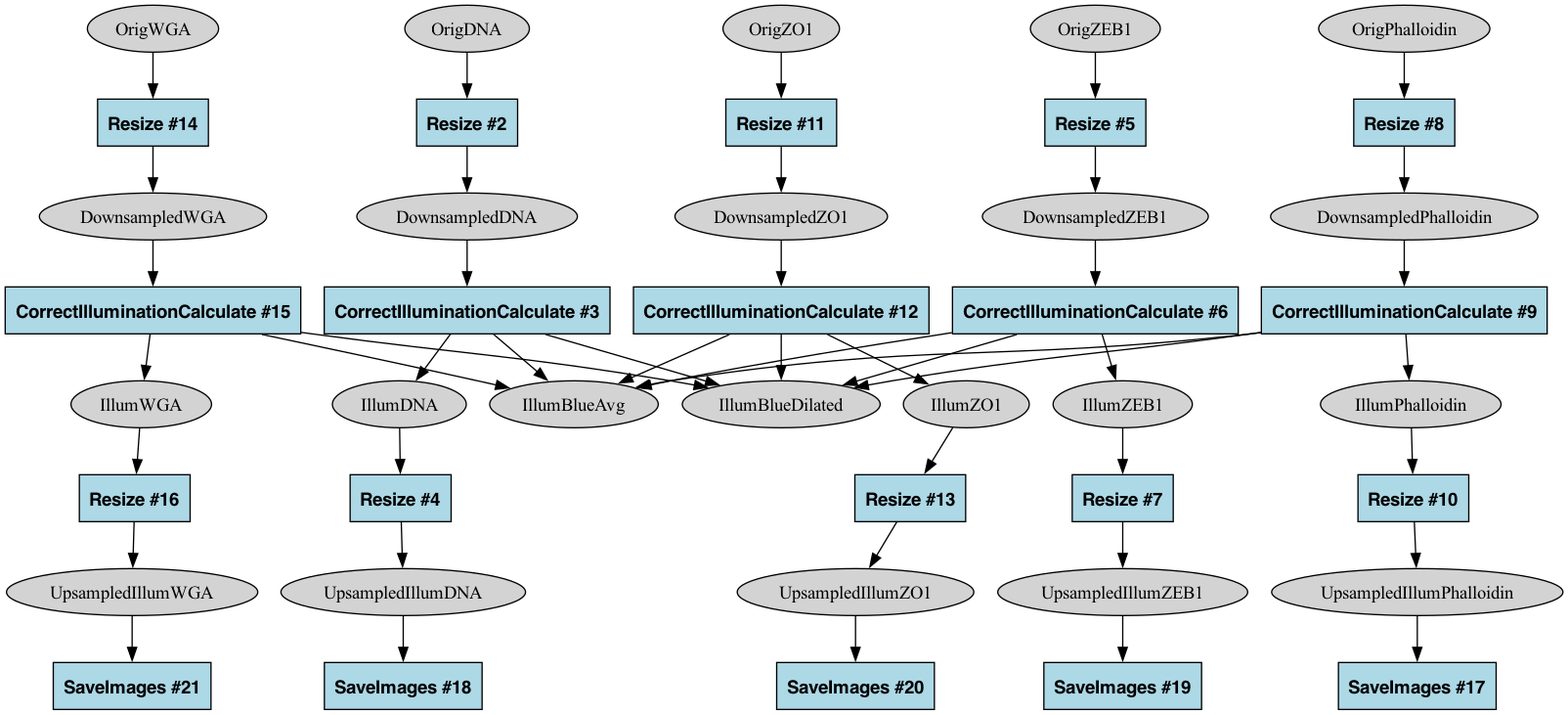
Above: 1_CP_Illum_graph.png in shntnu/cp_graph (Graphviz), before the change. Its source is kept beside it as 1_CP_Illum_graph.dot.
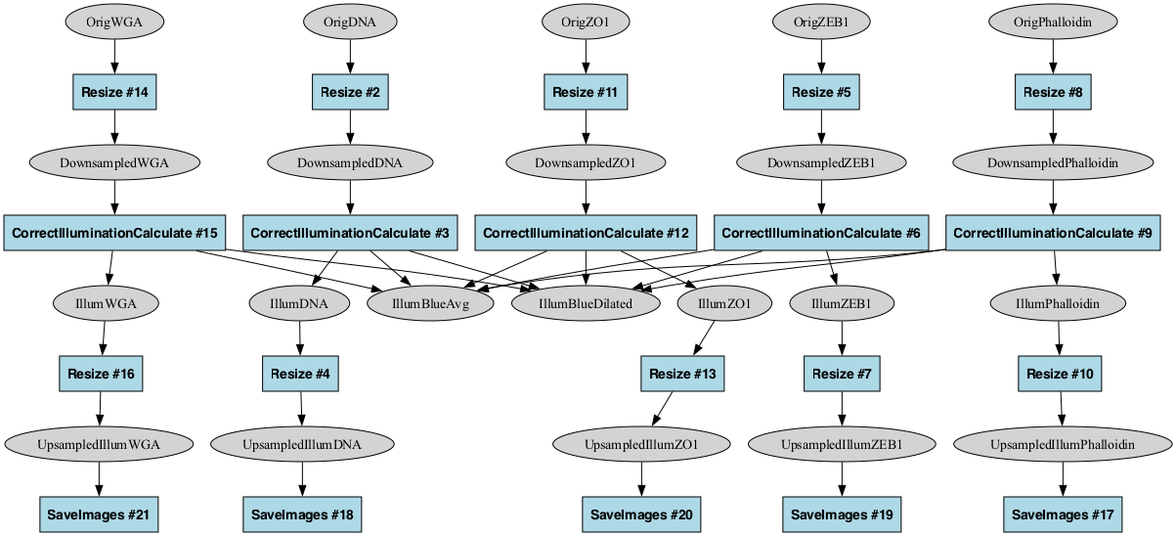
Above is the later version.

Diff of the diagram source:
```diff
@@ -1,24 +1,24 @@
 strict digraph {
-CorrectIlluminationCalculate_2303f61d [type=module, label="CorrectIlluminationCalculate #3", module_name=CorrectIlluminationCalculate, module_num=3, original_num=3, stable_id="CorrectIlluminationCalculate_2303f61d", enabled=True, shape=box, style=filled, fillcolor=lightblue, fontname="Helvetica-Bold"];
-CorrectIlluminationCalculate_314218d2 [type=module, label="CorrectIlluminationCalculate #15", module_name=CorrectIlluminationCalculate, module_num=15, original_num=15, stable_id="CorrectIlluminationCalculate_314218d2", enabled=True, shape=box, style=filled, fillcolor=lightblue, fontname="Helvetica-Bold"];
-CorrectIlluminationCalculate_33645561 [type=module, label="CorrectIlluminationCalculate #12", module_name=CorrectIlluminationCalculate, module_num=12, original_num=12, stable_id="CorrectIlluminationCalculate_33645561", enabled=True, shape=box, style=filled, fillcolor=lightblue, fontname="Helvetica-Bold"];
-CorrectIlluminationCalculate_3ad95d5d [type=module, label="CorrectIlluminationCalculate #9", module_name=CorrectIlluminationCalculate, module_num=9, original_num=9, stable_id="CorrectIlluminationCalculate_3ad95d5d", enabled=True, shape=box, style=filled, fillcolor=lightblue, fontname="Helvetica-Bold"];
-CorrectIlluminationCalculate_d40ad559 [type=module, label="CorrectIlluminationCalculate #6", module_name=CorrectIlluminationCalculate, module_num=6, original_num=6, stable_id="CorrectIlluminationCalculate_d40ad559", enabled=True, shape=box, style=filled, fillcolor=lightblue, fontname="Helvetica-Bold"];
-Resize_30301b68 [type=module, label="Resize #14", module_name=Resize, module_num=14, original_num=14, stable_id="Resize_30301b68", enabled=True, shape=box, style=filled, fillcolor=lightblue, fontname="Helvetica-Bold"];
-Resize_322c8194 [type=module, label="Resize #11", module_name=Resize, module_num=11, original_num=11, stable_id="Resize_322c8194", enabled=True, shape=box, style=filled, fillcolor=lightblue, fontname="Helvetica-Bold"];
-Resize_5d0085ed [type=module, label="Resize #10", module_name=Resize, module_num=10, original_num=10, stable_id="Resize_5d0085ed", enabled=True, shape=box, style=filled, fillcolor=lightblue, fontname="Helvetica-Bold"];
-Resize_87210cfa [type=module, label="Resize #7", module_name=Resize, module_num=7, original_num=7, stable_id="Resize_87210cfa", enabled=True, shape=box, style=filled, fillcolor=lightblue, fontname="Helvetica-Bold"];
-Resize_8e2a42f3 [type=module, label="Resize #13", module_name=Resize, module_num=13, original_num=13, stable_id="Resize_8e2a42f3", enabled=True, shape=box, style=filled, fillcolor=lightblue, fontname="Helvetica-Bold"];
-Resize_b51ed138 [type=module, label="Resize #2", module_name=Resize, module_num=2, original_num=2, stable_id="Resize_b51ed138", enabled=True, shape=box, style=filled, fillcolor=lightblue, fontname="Helvetica-Bold"];
-Resize_be565ce7 [type=module, label="Resize #8", module_name=Resize, module_num=8, original_num=8, stable_id="Resize_be565ce7", enabled=True, shape=box, style=filled, fillcolor=lightblue, fontname="Helvetica-Bold"];
-Resize_d2bf2f25 [type=module, label="Resize #5", module_name=Resize, module_num=5, original_num=5, stable_id="Resize_d2bf2f25", enabled=True, shape=box, style=filled, fillcolor=lightblue, fontname="Helvetica-Bold"];
-Resize_e8233dac [type=module, label="Resize #4", module_name=Resize, module_num=4, original_num=4, stable_id="Resize_e8233dac", enabled=True, shape=box, style=filled, fillcolor=lightblue, fontname="Helvetica-Bold"];
-Resize_f747ca96 [type=module, label="Resize #16", module_name=Resize, module_num=16, original_num=16, stable_id="Resize_f747ca96", enabled=True, shape=box, style=filled, fillcolor=lightblue, fontname="Helvetica-Bold"];
-SaveImages_160ec5da [type=module, label="SaveImages #21", module_name=SaveImages, module_num=21, original_num=21, stable_id="SaveImages_160ec5da", enabled=True, shape=box, style=filled, fillcolor=lightblue, fontname="Helvetica-Bold"];
-SaveImages_1f743eb0 [type=module, label="SaveImages #19", module_name=SaveImages, module_num=19, original_num=19, stable_id="SaveImages_1f743eb0", enabled=True, shape=box, style=filled, fillcolor=lightblue, fontname="Helvetica-Bold"];
-SaveImages_5dbd21e4 [type=module, label="SaveImages #18", module_name=SaveImages, module_num=18, original_num=18, stable_id="SaveImages_5dbd21e4", enabled=True, shape=box, style=filled, fillcolor=lightblue, fontname="Helvetica-Bold"];
-SaveImages_5f183270 [type=module, label="SaveImages #17", module_name=SaveImages, module_num=17, original_num=17, stable_id="SaveImages_5f183270", enabled=True, shape=box, style=filled, fillcolor=lightblue, fontname="Helvetica-Bold"];
-SaveImages_c8dbc64f [type=module, label="SaveImages #20", module_name=SaveImages, module_num=20, original_num=20, stable_id="SaveImages_c8dbc64f", enabled=True, shape=box, style=filled, fillcolor=lightblue, fontname="Helvetica-Bold"];
+CorrectIlluminationCalculate_2a123c0b [type=module, label="CorrectIlluminationCalculate #15", module_name=CorrectIlluminationCalculate, module_num=15, original_num=15, stable_id="CorrectIlluminationCalculate_2a123c0b", enabled=True, shape=box, style=filled, fillcolor=lightblue, fontname="Helvetica-Bold"];
+CorrectIlluminationCalculate_3111784e [type=module, label="CorrectIlluminationCalculate #12", module_name=CorrectIlluminationCalculate, module_num=12, original_num=12, stable_id="CorrectIlluminationCalculate_3111784e", enabled=True, shape=box, style=filled, fillcolor=lightblue, fontname="Helvetica-Bold"];
+CorrectIlluminationCalculate_414501a9 [type=module, label="CorrectIlluminationCalculate #6", module_name=CorrectIlluminationCalculate, module_num=6, original_num=6, stable_id="CorrectIlluminationCalculate_414501a9", enabled=True, shape=box, style=filled, fillcolor=lightblue, fontname="Helvetica-Bold"];
+CorrectIlluminationCalculate_b21e4572 [type=module, label="CorrectIlluminationCalculate #9", module_name=CorrectIlluminationCalculate, module_num=9, original_num=9, stable_id="CorrectIlluminationCalculate_b21e4572", enabled=True, shape=box, style=filled, fillcolor=lightblue, fontname="Helvetica-Bold"];
+CorrectIlluminationCalculate_be949e55 [type=module, label="CorrectIlluminationCalculate #3", module_name=CorrectIlluminationCalculate, module_num=3, original_num=3, stable_id="CorrectIlluminationCalculate_be949e55", enabled=True, shape=box, style=filled, fillcolor=lightblue, fontname="Helvetica-Bold"];
+Resize_1d30768 [type=module, label="Resize #5", module_name=Resize, module_num=5, original_num=5, stable_id="Resize_1d30768", enabled=True, shape=box, style=filled, fillcolor=lightblue, fontname="Helvetica-Bold"];
+Resize_40df005a [type=module, label="Resize #16", module_name=Resize, module_num=16, original_num=16, stable_id="Resize_40df005a", enabled=True, shape=box, style=filled, fillcolor=lightblue, fontname="Helvetica-Bold"];
+Resize_4d6af3ab [type=module, label="Resize #11", module_name=Resize, module_num=11, original_num=11, stable_id="Resize_4d6af3ab", enabled=True, shape=box, style=filled, fillcolor=lightblue, fontname="Helvetica-Bold"];
+Resize_56cab76c [type=module, label="Resize #4", module_name=Resize, module_num=4, original_num=4, stable_id="Resize_56cab76c", enabled=True, shape=box, style=filled, fillcolor=lightblue, fontname="Helvetica-Bold"];
+Resize_63af542e [type=module, label="Resize #8", module_name=Resize, module_num=8, original_num=8, stable_id="Resize_63af542e", enabled=True, shape=box, style=filled, fillcolor=lightblue, fontname="Helvetica-Bold"];
+Resize_7b935190 [type=module, label="Resize #7", module_name=Resize, module_num=7, original_num=7, stable_id="Resize_7b935190", enabled=True, shape=box, style=filled, fillcolor=lightblue, fontname="Helvetica-Bold"];
+Resize_93a7b821 [type=module, label="Resize #14", module_name=Resize, module_num=14, original_num=14, stable_id="Resize_93a7b821", enabled=True, shape=box, style=filled, fillcolor=lightblue, fontname="Helvetica-Bold"];
+Resize_b66fb2d4 [type=module, label="Resize #2", module_name=Resize, module_num=2, original_num=2, stable_id="Resize_b66fb2d4", enabled=True, shape=box, style=filled, fillcolor=lightblue, fontname="Helvetica-Bold"];
+Resize_c3ab99d2 [type=module, label="Resize #13", module_name=Resize, module_num=13, original_num=13, stable_id="Resize_c3ab99d2", enabled=True, shape=box, style=filled, fillcolor=lightblue, fontname="Helvetica-Bold"];
+Resize_fba40d6f [type=module, label="Resize #10", module_name=Resize, module_num=10, original_num=10, stable_id="Resize_fba40d6f", enabled=True, shape=box, style=filled, fillcolor=lightblue, fontname="Helvetica-Bold"];
+SaveImages_85d00835 [type=module, label="SaveImages #20", module_name=SaveImages, module_num=20, original_num=20, stable_id="SaveImages_85d00835", enabled=True, shape=box, style=filled, fillcolor=lightblue, fontname="Helvetica-Bold"];
+SaveImages_958f8dbb [type=module, label="SaveImages #19", module_name=SaveImages, module_num=19, original_num=19, stable_id="SaveImages_958f8dbb", enabled=True, shape=box, style=filled, fillcolor=lightblue, fontname="Helvetica-Bold"];
+SaveImages_a549003d [type=module, label="SaveImages #21", module_name=SaveImages, module_num=21, original_num=21, stable_id="SaveImages_a549003d", enabled=True, shape=box, style=filled, fillcolor=lightblue, fontname="Helvetica-Bold"];
+SaveImages_ae90ec46 [type=module, label="SaveImages #18", module_name=SaveImages, module_num=18, original_num=18, stable_id="SaveImages_ae90ec46", enabled=True, shape=box, style=filled, fillcolor=lightblue, fontname="Helvetica-Bold"];
+SaveImages_b5c3f6d2 [type=module, label="SaveImages #17", module_name=SaveImages, module_num=17, original_num=17, stable_id="SaveImages_b5c3f6d2", enabled=True, shape=box, style=filled, fillcolor=lightblue, fontname="Helvetica-Bold"];
 image__DownsampledDNA [type=image, label=DownsampledDNA, shape=ellipse, style=filled, fillcolor=lightgray];
 image__DownsampledPhalloidin [type=image, label=DownsampledPhalloidin, shape=ellipse, style=filled, fillcolor=lightgray];
 image__DownsampledWGA [type=image, label=DownsampledWGA, shape=ellipse, style=filled, fillcolor=lightgray];
@@ -41,49 +41,49 @@
 image__UpsampledIllumWGA [type=image, label=UpsampledIllumWGA, shape=ellipse, style=filled, fillcolor=lightgray];
 image__UpsampledIllumZEB1 [type=image, label=UpsampledIllumZEB1, shape=ellipse, style=filled, fillcolor=lightgray];
 image__UpsampledIllumZO1 [type=image, label=UpsampledIllumZO1, shape=ellipse, style=filled, fillcolor=lightgray];
-CorrectIlluminationCalculate_2303f61d -> image__IllumBlueAvg [type="image_output"];
-CorrectIlluminationCalculate_2303f61d -> image__IllumBlueDilated [type="image_output"];
-CorrectIlluminationCalculate_2303f61d -> image__IllumDNA [type="image_output"];
-CorrectIlluminationCalculate_314218d2 -> image__IllumBlueAvg [type="image_output"];
-CorrectIlluminationCalculate_314218d2 -> image__IllumBlueDilated [type="image_output"];
-CorrectIlluminationCalculate_314218d2 -> image__IllumWGA [type="image_output"];
-CorrectIlluminationCalculate_33645561 -> image__IllumBlueAvg [type="image_output"];
-CorrectIlluminationCalculate_33645561 -> image__IllumBlueDilated [type="image_output"];
-CorrectIlluminationCalculate_33645561 -> image__IllumZO1 [type="image_output"];
-CorrectIlluminationCalculate_3ad95d5d -> image__IllumBlueAvg [type="image_output"];
-CorrectIlluminationCalculate_3ad95d5d -> image__IllumBlueDilated [type="image_output"];
-CorrectIlluminationCalculate_3ad95d5d -> image__IllumPhalloidin [type="image_output"];
-CorrectIlluminationCalculate_d40ad559 -> image__IllumBlueAvg [type="image_output"];
-CorrectIlluminationCalculate_d40ad559 -> image__IllumBlueDilated [type="image_output"];
-CorrectIlluminationCalculate_d40ad559 -> image__IllumZEB1 [type="image_output"];
-Resize_30301b68 -> image__DownsampledWGA [type="image_output"];
-Resize_322c8194 -> image__DownsampledZO1 [type="image_output"];
-Resize_5d0085ed -> image__UpsampledIllumPhalloidin [type="image_output"];
-Resize_87210cfa -> image__UpsampledIllumZEB1 [type="image_output"];
-Resize_8e2a42f3 -> image__UpsampledIllumZO1 [type="image_output"];
-Resize_b51ed138 -> image__DownsampledDNA [type="image_output"];
-Resize_be565ce7 -> image__DownsampledPhalloidin [type="image_output"];
-Resize_d2bf2f25 -> image__DownsampledZEB1 [type="image_output"];
-Resize_e8233dac -> image__UpsampledIllumDNA [type="image_output"];
-Resize_f747ca96 -> image__UpsampledIllumWGA [type="image_output"];
-image__DownsampledDNA -> CorrectIlluminationCalculate_2303f61d [type="image_input"];
-image__DownsampledPhalloidin -> CorrectIlluminationCalculate_3ad95d5d [type="image_input"];
-image__DownsampledWGA -> CorrectIlluminationCalculate_314218d2 [type="image_input"];
-image__DownsampledZEB1 -> CorrectIlluminationCalculate_d40ad559 [type="image_input"];
-image__DownsampledZO1 -> CorrectIlluminationCalculate_33645561 [type="image_input"];
-image__IllumDNA -> Resize_e8233dac [type="image_input"];
-image__IllumPhalloidin -> Resize_5d0085ed [type="image_input"];
-image__IllumWGA -> Resize_f747ca96 [type="image_input"];
-image__IllumZEB1 -> Resize_87210cfa [type="image_input"];
-image__IllumZO1 -> Resize_8e2a42f3 [type="image_input"];
-image__OrigDNA -> Resize_b51ed138 [type="image_input"];
-image__OrigPhalloidin -> Resize_be565ce7 [type="image_input"];
-image__OrigWGA -> Resize_30301b68 [type="image_input"];
-image__OrigZEB1 -> Resize_d2bf2f25 [type="image_input"];
-image__OrigZO1 -> Resize_322c8194 [type="image_input"];
-image__UpsampledIllumDNA -> SaveImages_5dbd21e4 [type="image_input"];
-image__UpsampledIllumPhalloidin -> SaveImages_5f183270 [type="image_input"];
-image__UpsampledIllumWGA -> SaveImages_160ec5da [type="image_input"];
-image__UpsampledIllumZEB1 -> SaveImages_1f743eb0 [type="image_input"];
-image__UpsampledIllumZO1 -> SaveImages_c8dbc64f [type="image_input"];
+CorrectIlluminationCalculate_2a123c0b -> image__IllumBlueAvg [type="image_output"];
+CorrectIlluminationCalculate_2a123c0b -> image__IllumBlueDilated [type="image_output"];
+CorrectIlluminationCalculate_2a123c0b -> image__IllumWGA [type="image_output"];
+CorrectIlluminationCalculate_3111784e -> image__IllumBlueAvg [type="image_output"];
+CorrectIlluminationCalculate_3111784e -> image__IllumBlueDilated [type="image_output"];
+CorrectIlluminationCalculate_3111784e -> image__IllumZO1 [type="image_output"];
+CorrectIlluminationCalculate_414501a9 -> image__IllumBlueAvg [type="image_output"];
+CorrectIlluminationCalculate_414501a9 -> image__IllumBlueDilated [type="image_output"];
+CorrectIlluminationCalculate_414501a9 -> image__IllumZEB1 [type="image_output"];
+CorrectIlluminationCalculate_b21e4572 -> image__IllumBlueAvg [type="image_output"];
+CorrectIlluminationCalculate_b21e4572 -> image__IllumBlueDilated [type="image_output"];
+CorrectIlluminationCalculate_b21e4572 -> image__IllumPhalloidin [type="image_output"];
+CorrectIlluminationCalculate_be949e55 -> image__IllumBlueAvg [type="image_output"];
+CorrectIlluminationCalculate_be949e55 -> image__IllumBlueDilated [type="image_output"];
+CorrectIlluminationCalculate_be949e55 -> image__IllumDNA [type="image_output"];
+Resize_1d30768 -> image__DownsampledZEB1 [type="image_output"];
+Resize_40df005a -> image__UpsampledIllumWGA [type="image_output"];
+Resize_4d6af3ab -> image__DownsampledZO1 [type="image_output"];
+Resize_56cab76c -> image__UpsampledIllumDNA [type="image_output"];
+Resize_63af542e -> image__DownsampledPhalloidin [type="image_output"];
+Resize_7b935190 -> image__UpsampledIllumZEB1 [type="image_output"];
+Resize_93a7b821 -> image__DownsampledWGA [type="image_output"];
+Resize_b66fb2d4 -> image__DownsampledDNA [type="image_output"];
+Resize_c3ab99d2 -> image__UpsampledIllumZO1 [type="image_output"];
+Resize_fba40d6f -> image__UpsampledIllumPhalloidin [type="image_output"];
+image__DownsampledDNA -> CorrectIlluminationCalculate_be949e55 [type="image_input"];
+image__DownsampledPhalloidin -> CorrectIlluminationCalculate_b21e4572 [type="image_input"];
+image__DownsampledWGA -> CorrectIlluminationCalculate_2a123c0b [type="image_input"];
+image__DownsampledZEB1 -> CorrectIlluminationCalculate_414501a9 [type="image_input"];
+image__DownsampledZO1 -> CorrectIlluminationCalculate_3111784e [type="image_input"];
+image__IllumDNA -> Resize_56cab76c [type="image_input"];
+image__IllumPhalloidin -> Resize_fba40d6f [type="image_input"];
+image__IllumWGA -> Resize_40df005a [type="image_input"];
+image__IllumZEB1 -> Resize_7b935190 [type="image_input"];
+image__IllumZO1 -> Resize_c3ab99d2 [type="image_input"];
+image__OrigDNA -> Resize_b66fb2d4 [type="image_input"];
+image__OrigPhalloidin -> Resize_63af542e [type="image_input"];
+image__OrigWGA -> Resize_93a7b821 [type="image_input"];
+image__OrigZEB1 -> Resize_1d30768 [type="image_input"];
+image__OrigZO1 -> Resize_4d6af3ab [type="image_input"];
+image__UpsampledIllumDNA -> SaveImages_ae90ec46 [type="image_input"];
+image__UpsampledIllumPhalloidin -> SaveImages_b5c3f6d2 [type="image_input"];
+image__UpsampledIllumWGA -> SaveImages_a549003d [type="image_input"];
+image__UpsampledIllumZEB1 -> SaveImages_958f8dbb [type="image_input"];
+image__UpsampledIllumZO1 -> SaveImages_85d00835 [type="image_input"];
 }
```
